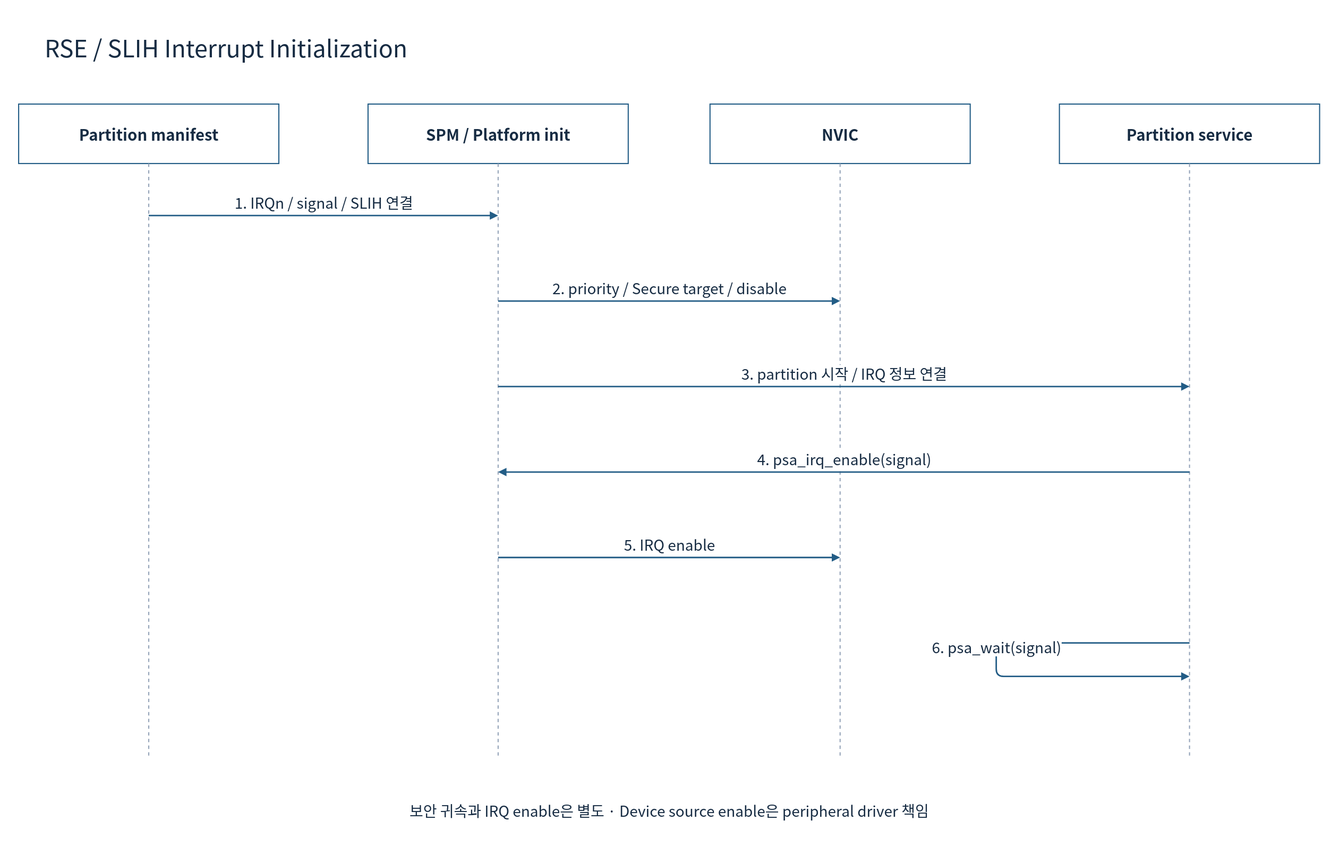
Before: doc/phase1/interrupt/diagrams/09g-tfm-init.drawio.svg, a diagram exported from draw.io (cometzero/project-apollo). Source tidied: cells renumbered, new cells last; positions are measured from the earlier drawing's top-left corner, leaving out a move shared by most shapes.
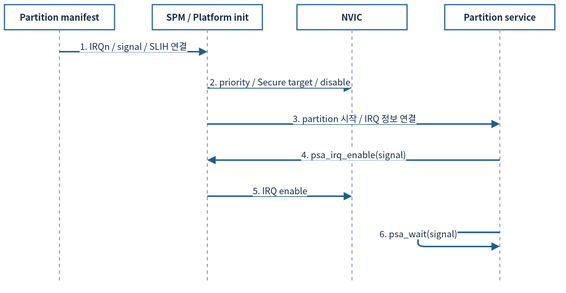
Above is the later version.

The edit, as a diff of the source:
```diff
@@ -2,96 +2,87 @@
   <root>
     <mxCell id="0" />
     <mxCell id="1" parent="0" />
-    <mxCell id="2" style="rounded=0;whiteSpace=wrap;html=1;fillColor=#FFFFFF;strokeColor=none;strokeWidth=1.5;fontColor=#172C43;fontFamily=Noto Sans CJK KR;fontSize=22;spacing=10;" parent="1" vertex="1">
-      <mxGeometry width="1800" height="1160" as="geometry" />
-    </mxCell>
-    <mxCell id="3" value="RSE / SLIH Interrupt Initialization" style="rounded=0;whiteSpace=wrap;html=1;fillColor=#FFFFFF;strokeColor=none;strokeWidth=1.5;fontColor=#172C43;fontFamily=Noto Sans CJK KR;fontSize=22;spacing=10;fontSize=32;align=left;" parent="1" vertex="1">
-      <mxGeometry x="50" y="30" width="1700" height="65" as="geometry" />
-    </mxCell>
-    <mxCell id="4" value="Partition manifest" style="rounded=0;whiteSpace=wrap;html=1;fillColor=#FFFFFF;strokeColor=#235D86;strokeWidth=1.5;fontColor=#172C43;fontFamily=Noto Sans CJK KR;fontSize=22;spacing=10;fontStyle=1;fontSize=21;" parent="1" vertex="1">
-      <mxGeometry x="25" y="140" width="350" height="80" as="geometry" />
+    <mxCell id="4" value="Partition manifest" style="rounded=0;whiteSpace=wrap;html=1;fillColor=#FFFFFF;strokeColor=#235D86;strokeWidth=1.5;fontColor=#172C43;fontFamily=Noto Sans CJK KR;fontStyle=1;fontSize=12;spacing=3;whiteSpace=wrap;" parent="1" vertex="1">
+      <mxGeometry x="12" y="12" width="148" height="33.8" as="geometry" />
     </mxCell>
-    <mxCell id="5" style="endArrow=none;dashed=1;strokeColor=#94A3B8;strokeWidth=1.5;" parent="1" edge="1">
+    <mxCell id="5" style="endArrow=none;dashed=1;strokeColor=#94A3B8;strokeWidth=1.5;fontSize=12;spacing=3;whiteSpace=nowrap;" parent="1" edge="1">
       <mxGeometry relative="1" as="geometry">
-        <mxPoint x="200" y="220" as="sourcePoint" />
-        <mxPoint x="200" y="1020" as="targetPoint" />
+        <mxPoint x="86" y="45.8" as="sourcePoint" />
+        <mxPoint x="86" y="384.1" as="targetPoint" />
       </mxGeometry>
     </mxCell>
-    <mxCell id="6" value="SPM / Platform init" style="rounded=0;whiteSpace=wrap;html=1;fillColor=#FFFFFF;strokeColor=#235D86;strokeWidth=1.5;fontColor=#172C43;fontFamily=Noto Sans CJK KR;fontSize=22;spacing=10;fontStyle=1;fontSize=21;" parent="1" vertex="1">
-      <mxGeometry x="495" y="140" width="350" height="80" as="geometry" />
+    <mxCell id="6" value="SPM / Platform init" style="rounded=0;whiteSpace=wrap;html=1;fillColor=#FFFFFF;strokeColor=#235D86;strokeWidth=1.5;fontColor=#172C43;fontFamily=Noto Sans CJK KR;fontStyle=1;fontSize=12;spacing=3;whiteSpace=wrap;" parent="1" vertex="1">
+      <mxGeometry x="210.7" y="12" width="148" height="33.8" as="geometry" />
     </mxCell>
-    <mxCell id="7" style="endArrow=none;dashed=1;strokeColor=#94A3B8;strokeWidth=1.5;" parent="1" edge="1">
+    <mxCell id="7" style="endArrow=none;dashed=1;strokeColor=#94A3B8;strokeWidth=1.5;fontSize=12;spacing=3;whiteSpace=nowrap;" parent="1" edge="1">
       <mxGeometry relative="1" as="geometry">
-        <mxPoint x="670" y="220" as="sourcePoint" />
-        <mxPoint x="670" y="1020" as="targetPoint" />
+        <mxPoint x="284.7" y="45.8" as="sourcePoint" />
+        <mxPoint x="284.7" y="384.1" as="targetPoint" />
       </mxGeometry>
     </mxCell>
-    <mxCell id="8" value="NVIC" style="rounded=0;whiteSpace=wrap;html=1;fillColor=#FFFFFF;strokeColor=#235D86;strokeWidth=1.5;fontColor=#172C43;fontFamily=Noto Sans CJK KR;fontSize=22;spacing=10;fontStyle=1;fontSize=21;" parent="1" vertex="1">
-      <mxGeometry x="955" y="140" width="350" height="80" as="geometry" />
+    <mxCell id="8" value="NVIC" style="rounded=0;whiteSpace=wrap;html=1;fillColor=#FFFFFF;strokeColor=#235D86;strokeWidth=1.5;fontColor=#172C43;fontFamily=Noto Sans CJK KR;fontStyle=1;fontSize=12;spacing=3;whiteSpace=wrap;" parent="1" vertex="1">
+      <mxGeometry x="405.3" y="12" width="148" height="33.8" as="geometry" />
     </mxCell>
-    <mxCell id="9" style="endArrow=none;dashed=1;strokeColor=#94A3B8;strokeWidth=1.5;" parent="1" edge="1">
+    <mxCell id="9" style="endArrow=none;dashed=1;strokeColor=#94A3B8;strokeWidth=1.5;fontSize=12;spacing=3;whiteSpace=nowrap;" parent="1" edge="1">
       <mxGeometry relative="1" as="geometry">
-        <mxPoint x="1130" y="220" as="sourcePoint" />
-        <mxPoint x="1130" y="1020" as="targetPoint" />
+        <mxPoint x="479.3" y="45.8" as="sourcePoint" />
+        <mxPoint x="479.3" y="384.1" as="targetPoint" />
       </mxGeometry>
     </mxCell>
-    <mxCell id="10" value="Partition service" style="rounded=0;whiteSpace=wrap;html=1;fillColor=#FFFFFF;strokeColor=#235D86;strokeWidth=1.5;fontColor=#172C43;fontFamily=Noto Sans CJK KR;fontSize=22;spacing=10;fontStyle=1;fontSize=21;" parent="1" vertex="1">
-      <mxGeometry x="1425" y="140" width="350" height="80" as="geometry" />
+    <mxCell id="10" value="Partition service" style="rounded=0;whiteSpace=wrap;html=1;fillColor=#FFFFFF;strokeColor=#235D86;strokeWidth=1.5;fontColor=#172C43;fontFamily=Noto Sans CJK KR;fontStyle=1;fontSize=12;spacing=3;whiteSpace=wrap;" parent="1" vertex="1">
+      <mxGeometry x="604" y="12" width="148" height="33.8" as="geometry" />
     </mxCell>
-    <mxCell id="11" style="endArrow=none;dashed=1;strokeColor=#94A3B8;strokeWidth=1.5;" parent="1" edge="1">
+    <mxCell id="11" style="endArrow=none;dashed=1;strokeColor=#94A3B8;strokeWidth=1.5;fontSize=12;spacing=3;whiteSpace=nowrap;" parent="1" edge="1">
       <mxGeometry relative="1" as="geometry">
-        <mxPoint x="1600" y="220" as="sourcePoint" />
-        <mxPoint x="1600" y="1020" as="targetPoint" />
+        <mxPoint x="678" y="45.8" as="sourcePoint" />
+        <mxPoint x="678" y="384.1" as="targetPoint" />
       </mxGeometry>
     </mxCell>
-    <mxCell id="12" value="1. IRQn / signal / SLIH 연결" style="edgeStyle=none;html=1;endArrow=block;endFill=1;strokeColor=#235D86;strokeWidth=2;fontColor=#172C43;fontFamily=Noto Sans CJK KR;fontSize=20;labelBackgroundColor=#FFFFFF;" parent="1" edge="1">
+    <mxCell id="12" value="1. IRQn / signal / SLIH 연결" style="edgeStyle=none;html=1;endArrow=block;endFill=1;strokeColor=#235D86;strokeWidth=2;fontColor=#172C43;fontFamily=Noto Sans CJK KR;labelBackgroundColor=#FFFFFF;fontSize=12;spacing=3;whiteSpace=nowrap;" parent="1" edge="1">
       <mxGeometry relative="1" as="geometry">
-        <mxPoint x="200" y="290" as="sourcePoint" />
-        <mxPoint x="670" y="290" as="targetPoint" />
-        <mxPoint y="-18" as="offset" />
+        <mxPoint x="86" y="75.4" as="sourcePoint" />
+        <mxPoint x="284.7" y="75.4" as="targetPoint" />
+        <mxPoint y="-7.6" as="offset" />
       </mxGeometry>
     </mxCell>
-    <mxCell id="13" value="2. priority / Secure target / disable" style="edgeStyle=none;html=1;endArrow=block;endFill=1;strokeColor=#235D86;strokeWidth=2;fontColor=#172C43;fontFamily=Noto Sans CJK KR;fontSize=20;labelBackgroundColor=#FFFFFF;" parent="1" edge="1">
+    <mxCell id="13" value="2. priority / Secure target / disable" style="edgeStyle=none;html=1;endArrow=block;endFill=1;strokeColor=#235D86;strokeWidth=2;fontColor=#172C43;fontFamily=Noto Sans CJK KR;labelBackgroundColor=#FFFFFF;fontSize=12;spacing=3;whiteSpace=nowrap;" parent="1" edge="1">
       <mxGeometry relative="1" as="geometry">
-        <mxPoint x="670" y="405" as="sourcePoint" />
-        <mxPoint x="1130" y="405" as="targetPoint" />
-        <mxPoint y="-18" as="offset" />
+        <mxPoint x="284.7" y="124.1" as="sourcePoint" />
+        <mxPoint x="479.3" y="124.1" as="targetPoint" />
+        <mxPoint y="-7.6" as="offset" />
       </mxGeometry>
     </mxCell>
-    <mxCell id="14" value="3. partition 시작 / IRQ 정보 연결" style="edgeStyle=none;html=1;endArrow=block;endFill=1;strokeColor=#235D86;strokeWidth=2;fontColor=#172C43;fontFamily=Noto Sans CJK KR;fontSize=20;labelBackgroundColor=#FFFFFF;" parent="1" edge="1">
+    <mxCell id="14" value="3. partition 시작 / IRQ 정보 연결" style="edgeStyle=none;html=1;endArrow=block;endFill=1;strokeColor=#235D86;strokeWidth=2;fontColor=#172C43;fontFamily=Noto Sans CJK KR;labelBackgroundColor=#FFFFFF;fontSize=12;spacing=3;whiteSpace=nowrap;" parent="1" edge="1">
       <mxGeometry relative="1" as="geometry">
-        <mxPoint x="670" y="520" as="sourcePoint" />
-        <mxPoint x="1600" y="520" as="targetPoint" />
-        <mxPoint y="-18" as="offset" />
+        <mxPoint x="284.7" y="172.7" as="sourcePoint" />
+        <mxPoint x="678" y="172.7" as="targetPoint" />
+        <mxPoint y="-7.6" as="offset" />
       </mxGeometry>
     </mxCell>
-    <mxCell id="15" value="4. psa_irq_enable(signal)" style="edgeStyle=none;html=1;endArrow=block;endFill=1;strokeColor=#235D86;strokeWidth=2;fontColor=#172C43;fontFamily=Noto Sans CJK KR;fontSize=20;labelBackgroundColor=#FFFFFF;" parent="1" edge="1">
+    <mxCell id="15" value="4. psa_irq_enable(signal)" style="edgeStyle=none;html=1;endArrow=block;endFill=1;strokeColor=#235D86;strokeWidth=2;fontColor=#172C43;fontFamily=Noto Sans CJK KR;labelBackgroundColor=#FFFFFF;fontSize=12;spacing=3;whiteSpace=nowrap;" parent="1" edge="1">
       <mxGeometry relative="1" as="geometry">
-        <mxPoint x="1600" y="635" as="sourcePoint" />
-        <mxPoint x="670" y="635" as="targetPoint" />
-        <mxPoint y="-18" as="offset" />
+        <mxPoint x="678" y="221.3" as="sourcePoint" />
+        <mxPoint x="284.7" y="221.3" as="targetPoint" />
+        <mxPoint y="-7.6" as="offset" />
       </mxGeometry>
     </mxCell>
-    <mxCell id="16" value="5. IRQ enable" style="edgeStyle=none;html=1;endArrow=block;endFill=1;strokeColor=#235D86;strokeWidth=2;fontColor=#172C43;fontFamily=Noto Sans CJK KR;fontSize=20;labelBackgroundColor=#FFFFFF;" parent="1" edge="1">
+    <mxCell id="16" value="5. IRQ enable" style="edgeStyle=none;html=1;endArrow=block;endFill=1;strokeColor=#235D86;strokeWidth=2;fontColor=#172C43;fontFamily=Noto Sans CJK KR;labelBackgroundColor=#FFFFFF;fontSize=12;spacing=3;whiteSpace=nowrap;" parent="1" edge="1">
       <mxGeometry relative="1" as="geometry">
-        <mxPoint x="670" y="750" as="sourcePoint" />
-        <mxPoint x="1130" y="750" as="targetPoint" />
-        <mxPoint y="-18" as="offset" />
+        <mxPoint x="284.7" y="269.9" as="sourcePoint" />
+        <mxPoint x="479.3" y="269.9" as="targetPoint" />
+        <mxPoint y="-7.6" as="offset" />
       </mxGeometry>
     </mxCell>
-    <mxCell id="17" value="6. psa_wait(signal)" style="edgeStyle=none;html=1;endArrow=block;endFill=1;strokeColor=#235D86;strokeWidth=2;fontColor=#172C43;fontFamily=Noto Sans CJK KR;fontSize=20;labelBackgroundColor=#FFFFFF;" parent="1" edge="1">
+    <mxCell id="17" value="6. psa_wait(signal)" style="edgeStyle=none;html=1;endArrow=block;endFill=1;strokeColor=#235D86;strokeWidth=2;fontColor=#172C43;fontFamily=Noto Sans CJK KR;labelBackgroundColor=#FFFFFF;fontSize=12;spacing=3;whiteSpace=nowrap;" parent="1" edge="1">
       <mxGeometry relative="1" as="geometry">
-        <mxPoint x="1600" y="865" as="sourcePoint" />
-        <mxPoint x="1600" y="910" as="targetPoint" />
+        <mxPoint x="678" y="318.6" as="sourcePoint" />
+        <mxPoint x="678" y="337.6" as="targetPoint" />
         <Array as="points">
-          <mxPoint x="1340" y="865" />
-          <mxPoint x="1340" y="910" />
+          <mxPoint x="568.1" y="318.6" />
+          <mxPoint x="568.1" y="337.6" />
         </Array>
-        <mxPoint y="-18" as="offset" />
+        <mxPoint y="-7.6" as="offset" />
       </mxGeometry>
     </mxCell>
-    <mxCell id="18" value="보안 귀속과 IRQ enable은 별도 · Device source enable은 peripheral driver 책임" style="rounded=0;whiteSpace=wrap;html=1;fillColor=#FFFFFF;strokeColor=none;strokeWidth=1.5;fontColor=#172C43;fontFamily=Noto Sans CJK KR;fontSize=22;spacing=10;fontSize=20;" parent="1" vertex="1">
-      <mxGeometry x="50" y="1060" width="1700" height="60" as="geometry" />
-    </mxCell>
   </root>
 </mxGraphModel>
```
